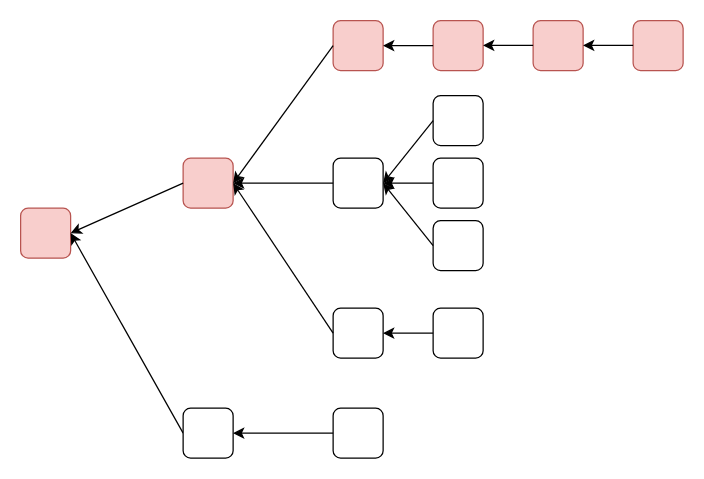
The draw.io diagram ethereum-research/consensus/fork-choice rule/longest chain/longest-chain rule.drawio in 0xyicheng/a-research-diagram, before the edit. Source tidied: cells renumbered, new cells numbered last; positions are measured from the earlier drawing's top-left corner, leaving out a move shared by most shapes. Both pictures are drawn from the tidied source at 125%, with x=0, y=0 at pixel (20, 20).
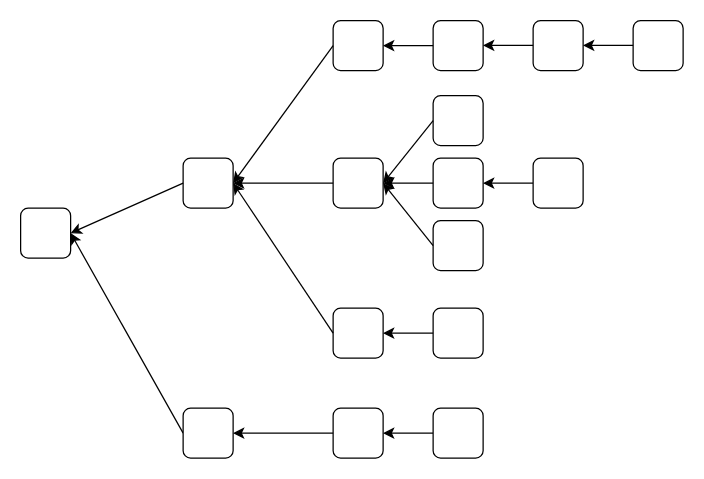
The same diagram, later.

Unchanged cells that the change refers to:
```xml
<mxCell id="7" style="rounded=1;whiteSpace=wrap;html=1;" parent="1" vertex="1">
  <mxGeometry x="250" y="310" width="40" height="40" as="geometry" />
</mxCell>
<mxCell id="15" style="rounded=1;whiteSpace=wrap;html=1;" parent="1" vertex="1">
  <mxGeometry x="330" y="110" width="40" height="40" as="geometry" />
</mxCell>
```

Change to the diagram source:
```diff
@@
-    <mxCell id="2" style="rounded=1;whiteSpace=wrap;html=1;fillColor=#f8cecc;strokeColor=#b85450;" parent="1" vertex="1">
+    <mxCell id="2" style="rounded=1;whiteSpace=wrap;html=1;" parent="1" vertex="1">
       <mxGeometry y="150" width="40" height="40" as="geometry" />
     </mxCell>
@@
-    <mxCell id="4" style="rounded=1;whiteSpace=wrap;html=1;fillColor=#f8cecc;strokeColor=#b85450;" parent="1" vertex="1">
+    <mxCell id="4" style="rounded=1;whiteSpace=wrap;html=1;" parent="1" vertex="1">
       <mxGeometry x="130" y="110" width="40" height="40" as="geometry" />
     </mxCell>
@@
-    <mxCell id="10" style="rounded=1;whiteSpace=wrap;html=1;fillColor=#f8cecc;strokeColor=#b85450;" parent="1" vertex="1">
+    <mxCell id="10" style="rounded=1;whiteSpace=wrap;html=1;" parent="1" vertex="1">
       <mxGeometry x="250" width="40" height="40" as="geometry" />
     </mxCell>
-    <mxCell id="11" style="rounded=1;whiteSpace=wrap;html=1;fillColor=#f8cecc;strokeColor=#b85450;" parent="1" vertex="1">
+    <mxCell id="11" style="rounded=1;whiteSpace=wrap;html=1;" parent="1" vertex="1">
       <mxGeometry x="330" width="40" height="40" as="geometry" />
     </mxCell>
-    <mxCell id="12" style="rounded=1;whiteSpace=wrap;html=1;fillColor=#f8cecc;strokeColor=#b85450;" parent="1" vertex="1">
+    <mxCell id="12" style="rounded=1;whiteSpace=wrap;html=1;" parent="1" vertex="1">
       <mxGeometry x="410" width="40" height="40" as="geometry" />
     </mxCell>
-    <mxCell id="13" style="rounded=1;whiteSpace=wrap;html=1;fillColor=#f8cecc;strokeColor=#b85450;" parent="1" vertex="1">
+    <mxCell id="13" style="rounded=1;whiteSpace=wrap;html=1;" parent="1" vertex="1">
       <mxGeometry x="490" width="40" height="40" as="geometry" />
     </mxCell>
@@
+    <mxCell id="29" style="edgeStyle=orthogonalEdgeStyle;rounded=0;jettySize=auto;html=1;" parent="1" edge="1" source="30" target="7">
+      <mxGeometry relative="1" as="geometry" />
+    </mxCell>
+    <mxCell id="30" style="rounded=1;whiteSpace=wrap;html=1;" parent="1" vertex="1">
+      <mxGeometry x="330" y="310" width="40" height="40" as="geometry" />
+    </mxCell>
+    <mxCell id="31" style="edgeStyle=orthogonalEdgeStyle;rounded=0;jettySize=auto;html=1;entryX=1;entryY=0.5;entryDx=0;entryDy=0;" parent="1" edge="1" source="32" target="15">
+      <mxGeometry relative="1" as="geometry" />
+    </mxCell>
+    <mxCell id="32" style="rounded=1;whiteSpace=wrap;html=1;" parent="1" vertex="1">
+      <mxGeometry x="410" y="110" width="40" height="40" as="geometry" />
+    </mxCell>
```
